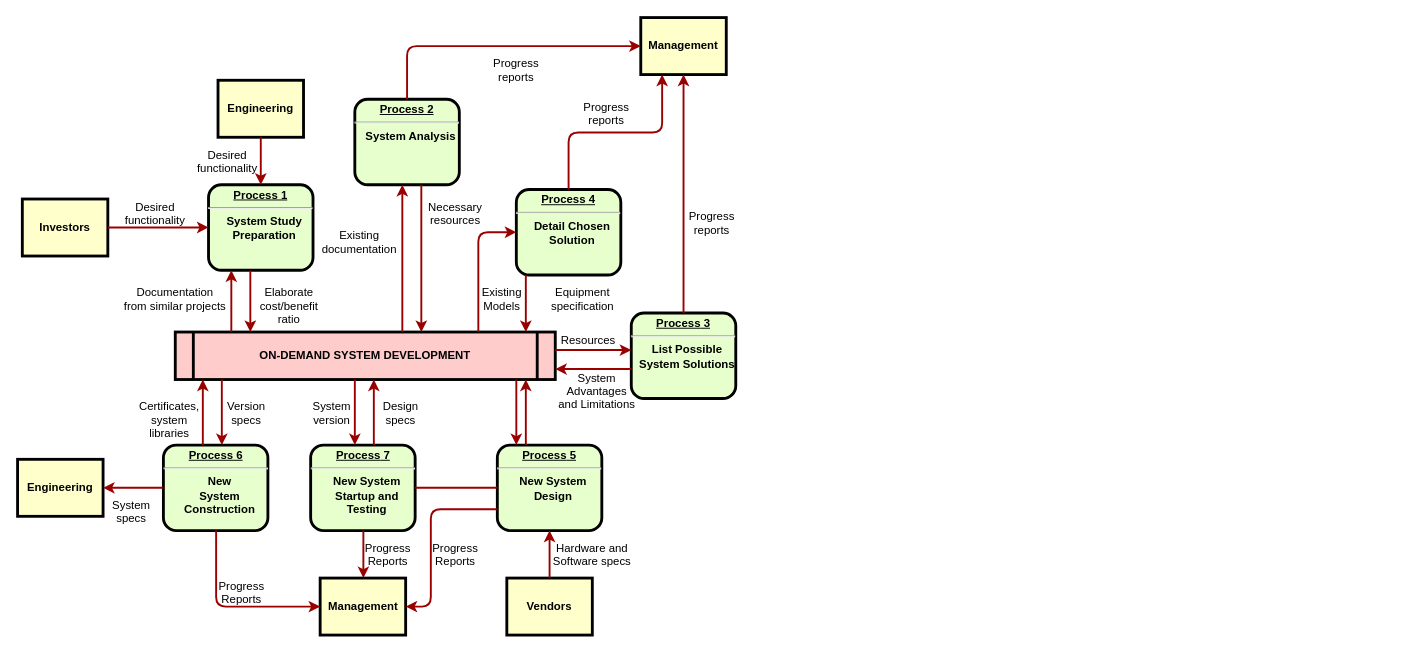
bwnian/navicat_reset_mac keeps this draw.io diagram as 未命名绘图.drawio. Above is the earlier version. Source tidied: cells renumbered, new cells numbered last; positions are measured from the earlier drawing's top-left corner, leaving out a move shared by most shapes. Both pictures are drawn from the tidied source at 95%, with x=0, y=0 at pixel (17, 17).
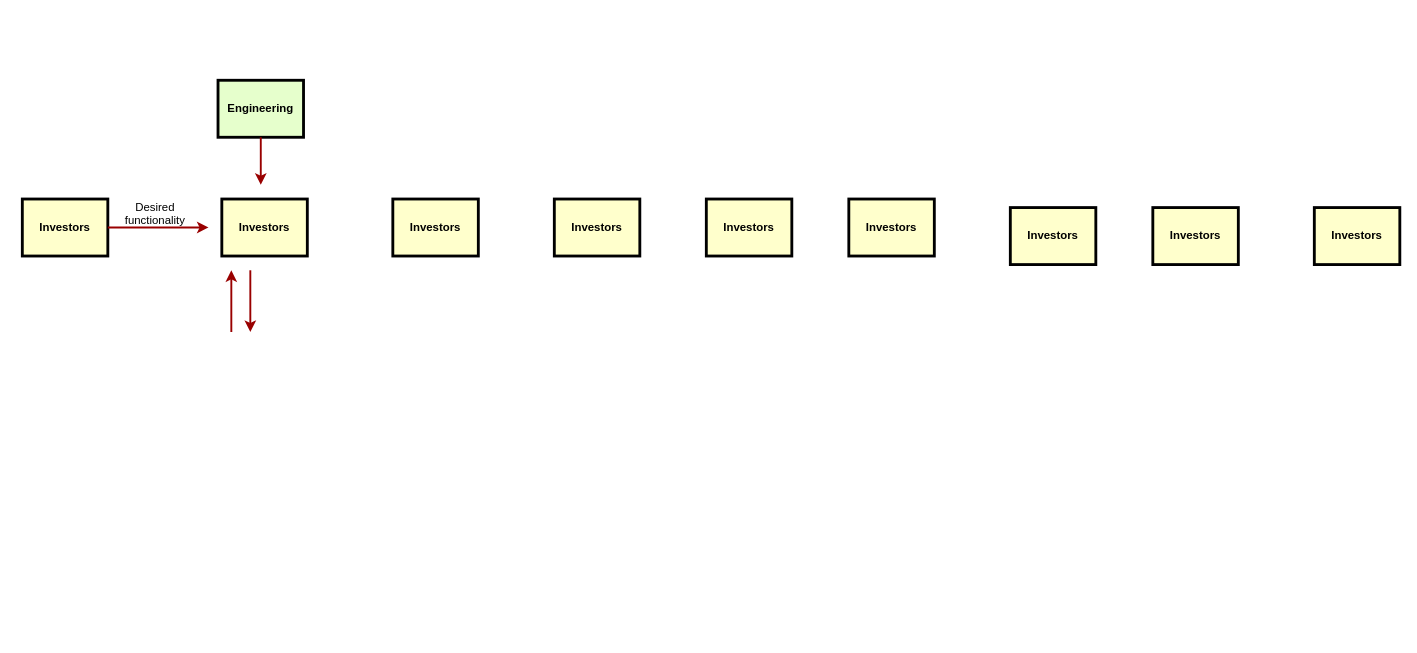
Above is the later version.

Commit message:
深大伦理流程.drawio

Unchanged cells that the change refers to:
```xml
<mxCell id="4" value="Investors" style="whiteSpace=wrap;align=center;verticalAlign=middle;fontStyle=1;strokeWidth=3;fillColor=#FFFFCC;" parent="1" vertex="1">
  <mxGeometry x="5" y="191" width="90" height="60" as="geometry" />
</mxCell>
```

Change to the diagram source:
```diff
@@
-    <mxCell id="2" value="&lt;p style=&quot;margin: 0px; margin-top: 4px; text-align: center; text-decoration: underline;&quot;&gt;&lt;strong&gt;Process 1&lt;br /&gt;&lt;/strong&gt;&lt;/p&gt;&lt;hr /&gt;&lt;p style=&quot;margin: 0px; margin-left: 8px;&quot;&gt;System Study&lt;/p&gt;&lt;p style=&quot;margin: 0px; margin-left: 8px;&quot;&gt;Preparation&lt;/p&gt;" style="verticalAlign=middle;align=center;overflow=fill;fontSize=12;fontFamily=Helvetica;html=1;rounded=1;fontStyle=1;strokeWidth=3;fillColor=#E6FFCC;" parent="1" vertex="1">
-      <mxGeometry x="201" y="176" width="110" height="90" as="geometry" />
-    </mxCell>
-    <mxCell id="3" value="Engineering" style="whiteSpace=wrap;align=center;verticalAlign=middle;fontStyle=1;strokeWidth=3;fillColor=#FFFFCC;" parent="1" vertex="1">
+    <mxCell id="3" value="Engineering" style="whiteSpace=wrap;align=center;verticalAlign=middle;fontStyle=1;strokeWidth=3;fillColor=light-dark(#E6FFCC,#181800);" parent="1" vertex="1">
       <mxGeometry x="211" y="66" width="90" height="60" as="geometry" />
     </mxCell>
@@
-    <mxCell id="5" value="ON-DEMAND SYSTEM DEVELOPMENT" style="shape=process;whiteSpace=wrap;align=center;verticalAlign=middle;size=0.0475;fontStyle=1;strokeWidth=3;fillColor=#FFCCCC;" parent="1" vertex="1">
-      <mxGeometry x="166" y="331" width="400" height="50" as="geometry" />
-    </mxCell>
-    <mxCell id="6" value="&lt;p style=&quot;margin: 0px; margin-top: 4px; text-align: center; text-decoration: underline;&quot;&gt;&lt;strong&gt;Process 2&lt;br /&gt;&lt;/strong&gt;&lt;/p&gt;&lt;hr /&gt;&lt;p style=&quot;margin: 0px; margin-left: 8px;&quot;&gt;System Analysis&lt;/p&gt;" style="verticalAlign=middle;align=center;overflow=fill;fontSize=12;fontFamily=Helvetica;html=1;rounded=1;fontStyle=1;strokeWidth=3;fillColor=#E6FFCC;" parent="1" vertex="1">
-      <mxGeometry x="355" y="86" width="110" height="90" as="geometry" />
-    </mxCell>
-    <mxCell id="7" value="&lt;p style=&quot;margin: 0px; margin-top: 4px; text-align: center; text-decoration: underline;&quot;&gt;&lt;strong&gt;&lt;strong&gt;Process&lt;/strong&gt; 3&lt;br /&gt;&lt;/strong&gt;&lt;/p&gt;&lt;hr /&gt;&lt;p style=&quot;margin: 0px; margin-left: 8px;&quot;&gt;List Possible&lt;/p&gt;&lt;p style=&quot;margin: 0px; margin-left: 8px;&quot;&gt;System Solutions&lt;/p&gt;" style="verticalAlign=middle;align=center;overflow=fill;fontSize=12;fontFamily=Helvetica;html=1;rounded=1;fontStyle=1;strokeWidth=3;fillColor=#E6FFCC;" parent="1" vertex="1">
-      <mxGeometry x="646" y="311" width="110" height="90" as="geometry" />
-    </mxCell>
-    <mxCell id="8" value="&lt;p style=&quot;margin: 0px; margin-top: 4px; text-align: center; text-decoration: underline;&quot;&gt;&lt;strong&gt;&lt;strong&gt;Process&lt;/strong&gt; 4&lt;br /&gt;&lt;/strong&gt;&lt;/p&gt;&lt;hr /&gt;&lt;p style=&quot;margin: 0px; margin-left: 8px;&quot;&gt;Detail Chosen&lt;/p&gt;&lt;p style=&quot;margin: 0px; margin-left: 8px;&quot;&gt;Solution&lt;/p&gt;" style="verticalAlign=middle;align=center;overflow=fill;fontSize=12;fontFamily=Helvetica;html=1;rounded=1;fontStyle=1;strokeWidth=3;fillColor=#E6FFCC;" parent="1" vertex="1">
-      <mxGeometry x="525" y="181" width="110" height="90" as="geometry" />
-    </mxCell>
-    <mxCell id="9" value="&lt;p style=&quot;margin: 0px; margin-top: 4px; text-align: center; text-decoration: underline;&quot;&gt;&lt;strong&gt;&lt;strong&gt;Process&lt;/strong&gt; 5&lt;br /&gt;&lt;/strong&gt;&lt;/p&gt;&lt;hr /&gt;&lt;p style=&quot;margin: 0px; margin-left: 8px;&quot;&gt;New System&lt;/p&gt;&lt;p style=&quot;margin: 0px; margin-left: 8px;&quot;&gt;Design&lt;/p&gt;" style="verticalAlign=middle;align=center;overflow=fill;fontSize=12;fontFamily=Helvetica;html=1;rounded=1;fontStyle=1;strokeWidth=3;fillColor=#E6FFCC;" parent="1" vertex="1">
-      <mxGeometry x="505" y="450" width="110" height="90" as="geometry" />
-    </mxCell>
-    <mxCell id="10" value="&lt;p style=&quot;margin: 0px; margin-top: 4px; text-align: center; text-decoration: underline;&quot;&gt;&lt;strong&gt;&lt;strong&gt;Process&lt;/strong&gt; 6&lt;br /&gt;&lt;/strong&gt;&lt;/p&gt;&lt;hr /&gt;&lt;p style=&quot;margin: 0px; margin-left: 8px;&quot;&gt;New&lt;/p&gt;&lt;p style=&quot;margin: 0px; margin-left: 8px;&quot;&gt;System&lt;/p&gt;&lt;p style=&quot;margin: 0px; margin-left: 8px;&quot;&gt;Construction&lt;/p&gt;" style="verticalAlign=middle;align=center;overflow=fill;fontSize=12;fontFamily=Helvetica;html=1;rounded=1;fontStyle=1;strokeWidth=3;fillColor=#E6FFCC;" parent="1" vertex="1">
-      <mxGeometry x="153.5" y="450" width="110" height="90" as="geometry" />
-    </mxCell>
-    <mxCell id="11" value="Management" style="whiteSpace=wrap;align=center;verticalAlign=middle;fontStyle=1;strokeWidth=3;fillColor=#FFFFCC;" parent="1" vertex="1">
-      <mxGeometry x="656" width="90" height="60" as="geometry" />
-    </mxCell>
-    <mxCell id="12" value="Management" style="whiteSpace=wrap;align=center;verticalAlign=middle;fontStyle=1;strokeWidth=3;fillColor=#FFFFCC;" parent="1" vertex="1">
-      <mxGeometry x="318.5" y="590" width="90" height="60" as="geometry" />
-    </mxCell>
-    <mxCell id="13" value="Engineering" style="whiteSpace=wrap;align=center;verticalAlign=middle;fontStyle=1;strokeWidth=3;fillColor=#FFFFCC;" parent="1" vertex="1">
-      <mxGeometry y="465" width="90" height="60" as="geometry" />
-    </mxCell>
-    <mxCell id="14" value="Vendors" style="whiteSpace=wrap;align=center;verticalAlign=middle;fontStyle=1;strokeWidth=3;fillColor=#FFFFCC;" parent="1" vertex="1">
-      <mxGeometry x="515" y="590" width="90" height="60" as="geometry" />
-    </mxCell>
-    <mxCell id="15" style="edgeStyle=none;noEdgeStyle=1;strokeColor=#990000;strokeWidth=2;" parent="1" edge="1" source="3" target="2">
-      <mxGeometry relative="1" as="geometry" />
+    <mxCell id="15" style="edgeStyle=none;noEdgeStyle=1;strokeColor=#990000;strokeWidth=2;" parent="1" edge="1" source="3">
+      <mxGeometry relative="1" as="geometry">
+        <mxPoint x="256" y="176" as="targetPoint" />
+      </mxGeometry>
     </mxCell>
-    <mxCell id="16" style="edgeStyle=none;noEdgeStyle=1;strokeColor=#990000;strokeWidth=2;" parent="1" edge="1" source="4" target="2">
-      <mxGeometry relative="1" as="geometry" />
+    <mxCell id="16" style="edgeStyle=none;noEdgeStyle=1;strokeColor=#990000;strokeWidth=2;" parent="1" edge="1" source="4">
+      <mxGeometry relative="1" as="geometry">
+        <mxPoint x="201" y="221" as="targetPoint" />
+      </mxGeometry>
     </mxCell>
-    <mxCell id="17" value="&lt;p style=&quot;margin: 0px; margin-top: 4px; text-align: center; text-decoration: underline;&quot;&gt;&lt;strong&gt;&lt;strong&gt;Process&lt;/strong&gt; 7&lt;br /&gt;&lt;/strong&gt;&lt;/p&gt;&lt;hr /&gt;&lt;p style=&quot;margin: 0px; margin-left: 8px;&quot;&gt;New System&lt;/p&gt;&lt;p style=&quot;margin: 0px; margin-left: 8px;&quot;&gt;Startup and&lt;/p&gt;&lt;p style=&quot;margin: 0px; margin-left: 8px;&quot;&gt;Testing&lt;/p&gt;" style="verticalAlign=middle;align=center;overflow=fill;fontSize=12;fontFamily=Helvetica;html=1;rounded=1;fontStyle=1;strokeWidth=3;fillColor=#E6FFCC;" parent="1" vertex="1">
-      <mxGeometry x="308.5" y="450" width="110" height="90" as="geometry" />
-    </mxCell>
-    <mxCell id="18" style="endArrow=none;noEdgeStyle=1;strokeColor=#990000;strokeWidth=2;" parent="1" edge="1" source="9" target="17">
-      <mxGeometry relative="1" as="geometry" />
-    </mxCell>
@@
-    <mxCell id="20" value="Desired &#10;functionality" style="text;spacingTop=-5;align=center;" parent="1" vertex="1">
-      <mxGeometry x="206" y="136" width="30" height="20" as="geometry" />
-    </mxCell>
-    <mxCell id="21" value="Documentation&#10;from similar projects" style="text;spacingTop=-5;align=center;" parent="1" vertex="1">
-      <mxGeometry x="151" y="281" width="30" height="20" as="geometry" />
-    </mxCell>
-    <mxCell id="22" style="edgeStyle=elbowEdgeStyle;elbow=horizontal;strokeColor=#990000;strokeWidth=2;" parent="1" edge="1" source="5" target="2">
+    <mxCell id="22" style="edgeStyle=elbowEdgeStyle;elbow=horizontal;strokeColor=#990000;strokeWidth=2;" parent="1" edge="1">
       <mxGeometry relative="1" as="geometry">
+        <mxPoint x="225" y="331" as="sourcePoint" />
+        <mxPoint x="225" y="266" as="targetPoint" />
         <Array as="points">
           <mxPoint x="225" y="310" />
         </Array>
       </mxGeometry>
     </mxCell>
-    <mxCell id="23" style="edgeStyle=elbowEdgeStyle;elbow=horizontal;strokeColor=#990000;strokeWidth=2;" parent="1" edge="1" source="2" target="5">
+    <mxCell id="23" style="edgeStyle=elbowEdgeStyle;elbow=horizontal;strokeColor=#990000;strokeWidth=2;" parent="1" edge="1">
       <mxGeometry relative="1" as="geometry">
+        <mxPoint x="245" y="266" as="sourcePoint" />
+        <mxPoint x="245" y="331" as="targetPoint" />
         <Array as="points">
           <mxPoint x="245" y="300" />
         </Array>
       </mxGeometry>
     </mxCell>
-    <mxCell id="24" value="Elaborate&#10;cost/benefit&#10;ratio" style="text;spacingTop=-5;align=center;" parent="1" vertex="1">
-      <mxGeometry x="271" y="281" width="30" height="20" as="geometry" />
-    </mxCell>
-    <mxCell id="25" style="edgeStyle=elbowEdgeStyle;elbow=horizontal;strokeColor=#990000;strokeWidth=2;" parent="1" edge="1" source="5" target="6">
-      <mxGeometry relative="1" as="geometry">
-        <Array as="points">
-          <mxPoint x="405" y="250" />
-        </Array>
-      </mxGeometry>
-    </mxCell>
-    <mxCell id="26" style="edgeStyle=elbowEdgeStyle;elbow=horizontal;strokeColor=#990000;strokeWidth=2;" parent="1" edge="1" source="6" target="5">
-      <mxGeometry relative="1" as="geometry">
-        <Array as="points">
-          <mxPoint x="425" y="260" />
-        </Array>
-      </mxGeometry>
-    </mxCell>
-    <mxCell id="27" value="Existing&#10;documentation" style="text;spacingTop=-5;align=center;" parent="1" vertex="1">
-      <mxGeometry x="345" y="221" width="30" height="20" as="geometry" />
-    </mxCell>
-    <mxCell id="28" value="Necessary&#10;resources" style="text;spacingTop=-5;align=center;" parent="1" vertex="1">
-      <mxGeometry x="446" y="191" width="30" height="20" as="geometry" />
-    </mxCell>
-    <mxCell id="29" value="Progress&#10;reports" style="text;spacingTop=-5;align=center;" parent="1" vertex="1">
-      <mxGeometry x="510" y="40" width="30" height="20" as="geometry" />
-    </mxCell>
-    <mxCell id="30" value="Progress&#10;reports" style="text;spacingTop=-5;align=center;" parent="1" vertex="1">
-      <mxGeometry x="605" y="86" width="30" height="20" as="geometry" />
-    </mxCell>
-    <mxCell id="31" value="Progress&#10;reports" style="text;spacingTop=-5;align=center;" parent="1" vertex="1">
-      <mxGeometry x="716" y="201" width="30" height="20" as="geometry" />
-    </mxCell>
-    <mxCell id="32" style="edgeStyle=elbowEdgeStyle;elbow=horizontal;strokeColor=#990000;strokeWidth=2;" parent="1" edge="1" source="6" target="11">
-      <mxGeometry relative="1" as="geometry">
-        <Array as="points">
-          <mxPoint x="410" y="80" />
-        </Array>
-      </mxGeometry>
-    </mxCell>
-    <mxCell id="33" style="edgeStyle=elbowEdgeStyle;elbow=vertical;entryX=0.25;entryY=1;strokeColor=#990000;strokeWidth=2;" parent="1" edge="1" source="8" target="11">
-      <mxGeometry relative="1" as="geometry" />
-    </mxCell>
-    <mxCell id="34" style="edgeStyle=elbowEdgeStyle;elbow=horizontal;strokeColor=#990000;strokeWidth=2;" parent="1" edge="1" source="7" target="11">
-      <mxGeometry relative="1" as="geometry" />
-    </mxCell>
-    <mxCell id="35" style="edgeStyle=elbowEdgeStyle;elbow=horizontal;strokeColor=#990000;strokeWidth=2;" parent="1" edge="1" source="8" target="5">
-      <mxGeometry relative="1" as="geometry">
-        <Array as="points">
-          <mxPoint x="535" y="300" />
-        </Array>
-      </mxGeometry>
-    </mxCell>
-    <mxCell id="36" style="edgeStyle=segmentEdgeStyle;strokeColor=#990000;strokeWidth=2;" parent="1" edge="1" source="5" target="8">
-      <mxGeometry relative="1" as="geometry">
-        <Array as="points">
-          <mxPoint x="485" y="226" />
-        </Array>
-      </mxGeometry>
-    </mxCell>
-    <mxCell id="37" value="Existing&#10;Models" style="text;spacingTop=-5;align=center;" parent="1" vertex="1">
-      <mxGeometry x="495" y="281" width="30" height="20" as="geometry" />
-    </mxCell>
-    <mxCell id="38" value="Equipment&#10;specification" style="text;spacingTop=-5;align=center;" parent="1" vertex="1">
-      <mxGeometry x="580" y="281" width="30" height="20" as="geometry" />
-    </mxCell>
-    <mxCell id="39" style="edgeStyle=elbowEdgeStyle;elbow=vertical;strokeColor=#990000;strokeWidth=2;" parent="1" edge="1" source="5" target="7">
-      <mxGeometry relative="1" as="geometry">
-        <Array as="points">
-          <mxPoint x="615" y="350" />
-        </Array>
-      </mxGeometry>
-    </mxCell>
-    <mxCell id="40" style="edgeStyle=elbowEdgeStyle;elbow=vertical;strokeColor=#990000;strokeWidth=2;" parent="1" edge="1" source="7" target="5">
-      <mxGeometry relative="1" as="geometry">
-        <Array as="points">
-          <mxPoint x="615" y="370" />
-        </Array>
-      </mxGeometry>
-    </mxCell>
-    <mxCell id="41" value="Resources" style="text;spacingTop=-5;align=center;" parent="1" vertex="1">
-      <mxGeometry x="586" y="331" width="30" height="20" as="geometry" />
-    </mxCell>
-    <mxCell id="42" value="System &#10;Advantages &#10;and Limitations" style="text;spacingTop=-5;align=center;" parent="1" vertex="1">
-      <mxGeometry x="595" y="371" width="30" height="20" as="geometry" />
-    </mxCell>
-    <mxCell id="43" style="edgeStyle=elbowEdgeStyle;elbow=horizontal;strokeColor=#990000;strokeWidth=2;" parent="1" edge="1" source="9" target="5">
-      <mxGeometry relative="1" as="geometry">
-        <Array as="points">
-          <mxPoint x="535" y="410" />
-        </Array>
-      </mxGeometry>
-    </mxCell>
-    <mxCell id="44" style="edgeStyle=elbowEdgeStyle;elbow=horizontal;strokeColor=#990000;strokeWidth=2;" parent="1" edge="1" source="5" target="9">
-      <mxGeometry relative="1" as="geometry">
-        <Array as="points">
-          <mxPoint x="525" y="420" />
-        </Array>
-      </mxGeometry>
-    </mxCell>
-    <mxCell id="45" style="edgeStyle=elbowEdgeStyle;elbow=horizontal;strokeColor=#990000;strokeWidth=2;" parent="1" edge="1" source="14" target="9">
-      <mxGeometry relative="1" as="geometry" />
-    </mxCell>
-    <mxCell id="46" value="Hardware and&#10;Software specs" style="text;spacingTop=-5;align=center;" parent="1" vertex="1">
-      <mxGeometry x="590" y="550" width="30" height="20" as="geometry" />
-    </mxCell>
-    <mxCell id="47" style="edgeStyle=elbowEdgeStyle;elbow=horizontal;exitX=0;exitY=0.75;strokeColor=#990000;strokeWidth=2;" parent="1" edge="1" source="9" target="12">
-      <mxGeometry relative="1" as="geometry">
-        <Array as="points">
-          <mxPoint x="435" y="570" />
-        </Array>
-      </mxGeometry>
-    </mxCell>
-    <mxCell id="48" value="Progress&#10;Reports" style="text;spacingTop=-5;align=center;" parent="1" vertex="1">
-      <mxGeometry x="446" y="550" width="30" height="20" as="geometry" />
-    </mxCell>
-    <mxCell id="49" style="edgeStyle=elbowEdgeStyle;elbow=horizontal;strokeColor=#990000;strokeWidth=2;" parent="1" edge="1" source="17" target="12">
-      <mxGeometry relative="1" as="geometry" />
-    </mxCell>
-    <mxCell id="50" value="Progress&#10;Reports" style="text;spacingTop=-5;align=center;" parent="1" vertex="1">
-      <mxGeometry x="375" y="550" width="30" height="20" as="geometry" />
-    </mxCell>
-    <mxCell id="51" style="edgeStyle=elbowEdgeStyle;elbow=horizontal;strokeColor=#990000;strokeWidth=2;" parent="1" edge="1" source="10" target="12">
-      <mxGeometry relative="1" as="geometry">
-        <Array as="points">
-          <mxPoint x="209" y="570" />
-        </Array>
-      </mxGeometry>
-    </mxCell>
-    <mxCell id="52" value="Progress&#10;Reports" style="text;spacingTop=-5;align=center;" parent="1" vertex="1">
-      <mxGeometry x="221" y="590" width="30" height="20" as="geometry" />
-    </mxCell>
-    <mxCell id="53" style="edgeStyle=elbowEdgeStyle;elbow=vertical;strokeColor=#990000;strokeWidth=2;" parent="1" edge="1" source="10" target="13">
-      <mxGeometry relative="1" as="geometry" />
-    </mxCell>
-    <mxCell id="54" style="edgeStyle=elbowEdgeStyle;elbow=horizontal;strokeColor=#990000;strokeWidth=2;" parent="1" edge="1" source="5" target="17">
-      <mxGeometry relative="1" as="geometry">
-        <Array as="points">
-          <mxPoint x="355" y="410" />
-        </Array>
-      </mxGeometry>
-    </mxCell>
-    <mxCell id="55" style="edgeStyle=elbowEdgeStyle;elbow=horizontal;strokeColor=#990000;strokeWidth=2;" parent="1" edge="1" source="17" target="5">
-      <mxGeometry relative="1" as="geometry">
-        <Array as="points">
-          <mxPoint x="375" y="410" />
-        </Array>
-      </mxGeometry>
-    </mxCell>
-    <mxCell id="56" value="Version&#10;specs" style="text;spacingTop=-5;align=center;" parent="1" vertex="1">
-      <mxGeometry x="226" y="401" width="30" height="20" as="geometry" />
-    </mxCell>
-    <mxCell id="57" value="Certificates,&#10;system&#10;libraries" style="text;spacingTop=-5;align=center;" parent="1" vertex="1">
-      <mxGeometry x="145" y="401" width="30" height="20" as="geometry" />
-    </mxCell>
-    <mxCell id="58" style="edgeStyle=elbowEdgeStyle;elbow=horizontal;strokeColor=#990000;strokeWidth=2;" parent="1" edge="1" source="5" target="10">
-      <mxGeometry relative="1" as="geometry">
-        <Array as="points">
-          <mxPoint x="215" y="410" />
-        </Array>
-      </mxGeometry>
-    </mxCell>
-    <mxCell id="59" style="edgeStyle=elbowEdgeStyle;elbow=horizontal;strokeColor=#990000;strokeWidth=2;" parent="1" edge="1" source="10" target="5">
-      <mxGeometry relative="1" as="geometry">
-        <Array as="points">
-          <mxPoint x="195" y="410" />
-        </Array>
-      </mxGeometry>
-    </mxCell>
-    <mxCell id="60" value="System&#10;specs" style="text;spacingTop=-5;align=center;" parent="1" vertex="1">
-      <mxGeometry x="105" y="505" width="30" height="20" as="geometry" />
-    </mxCell>
-    <mxCell id="61" value="Design&#10;specs" style="text;spacingTop=-5;align=center;" parent="1" vertex="1">
-      <mxGeometry x="388.5" y="401" width="30" height="20" as="geometry" />
-    </mxCell>
-    <mxCell id="62" value="System&#10;version" style="text;spacingTop=-5;align=center;" parent="1" vertex="1">
-      <mxGeometry x="316" y="401" width="30" height="20" as="geometry" />
-    </mxCell>
+    <mxCell id="63" value="Investors" style="whiteSpace=wrap;align=center;verticalAlign=middle;fontStyle=1;strokeWidth=3;fillColor=#FFFFCC;" parent="1" vertex="1">
+      <mxGeometry x="215" y="191" width="90" height="60" as="geometry" />
+    </mxCell>
+    <mxCell id="64" value="Investors" style="whiteSpace=wrap;align=center;verticalAlign=middle;fontStyle=1;strokeWidth=3;fillColor=#FFFFCC;" parent="1" vertex="1">
+      <mxGeometry x="395" y="191" width="90" height="60" as="geometry" />
+    </mxCell>
+    <mxCell id="65" value="Investors" style="whiteSpace=wrap;align=center;verticalAlign=middle;fontStyle=1;strokeWidth=3;fillColor=#FFFFCC;" parent="1" vertex="1">
+      <mxGeometry x="565" y="191" width="90" height="60" as="geometry" />
+    </mxCell>
+    <mxCell id="66" value="Investors" style="whiteSpace=wrap;align=center;verticalAlign=middle;fontStyle=1;strokeWidth=3;fillColor=#FFFFCC;" parent="1" vertex="1">
+      <mxGeometry x="725" y="191" width="90" height="60" as="geometry" />
+    </mxCell>
+    <mxCell id="67" value="Investors" style="whiteSpace=wrap;align=center;verticalAlign=middle;fontStyle=1;strokeWidth=3;fillColor=#FFFFCC;" parent="1" vertex="1">
+      <mxGeometry x="875" y="191" width="90" height="60" as="geometry" />
+    </mxCell>
+    <mxCell id="68" value="Investors" style="whiteSpace=wrap;align=center;verticalAlign=middle;fontStyle=1;strokeWidth=3;fillColor=#FFFFCC;" parent="1" vertex="1">
+      <mxGeometry x="1045" y="200" width="90" height="60" as="geometry" />
+    </mxCell>
+    <mxCell id="69" value="Investors" style="whiteSpace=wrap;align=center;verticalAlign=middle;fontStyle=1;strokeWidth=3;fillColor=#FFFFCC;" parent="1" vertex="1">
+      <mxGeometry x="1195" y="200" width="90" height="60" as="geometry" />
+    </mxCell>
+    <mxCell id="70" value="Investors" style="whiteSpace=wrap;align=center;verticalAlign=middle;fontStyle=1;strokeWidth=3;fillColor=#FFFFCC;" parent="1" vertex="1">
+      <mxGeometry x="1365" y="200" width="90" height="60" as="geometry" />
+    </mxCell>
```
